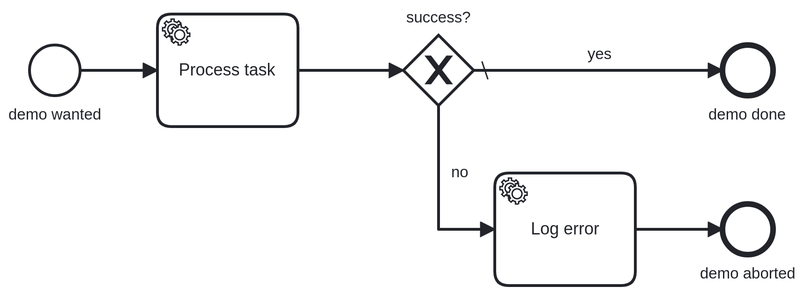
The BPMN diagram readme/demo.png in vanillabp/simple-vanillabp-demo, before a commit. Its source is kept beside it as src/main/resources/processes7/demo.bpmn. Ids are renumbered.
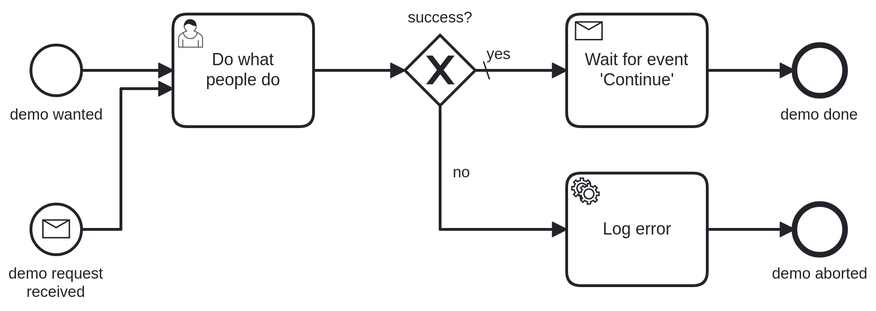
After the commit.

Change to the diagram source:
```diff
@@ -25,7 +25,7 @@
       <bpmn:incoming>Flow_n9</bpmn:incoming>
       <bpmn:outgoing>Flow_n12</bpmn:outgoing>
     </bpmn:serviceTask>
-    <bpmn:userTask id="Activity_n3" name="Process task" camunda:formKey="processTask">
+    <bpmn:userTask id="Activity_n3" name="Do what&#10;people do" camunda:formKey="processTask">
       <bpmn:incoming>Flow_n2</bpmn:incoming>
       <bpmn:incoming>Flow_n14</bpmn:incoming>
       <bpmn:outgoing>Flow_n6</bpmn:outgoing>
@@ -36,7 +36,7 @@
     </bpmn:startEvent>
     <bpmn:sequenceFlow id="Flow_n14" sourceRef="Event_n15" targetRef="Activity_n3" />
     <bpmn:sequenceFlow id="Flow_n5" sourceRef="Activity_n10" targetRef="Event_n4" />
-    <bpmn:receiveTask id="Activity_n10" name="Continue" messageRef="Message_n18">
+    <bpmn:receiveTask id="Activity_n10" name="Wait for event &#39;Continue&#39;" messageRef="Message_n18">
       <bpmn:incoming>Flow_n8</bpmn:incoming>
       <bpmn:outgoing>Flow_n5</bpmn:outgoing>
     </bpmn:receiveTask>
@@ -51,11 +51,15 @@
           <dc:Bounds x="164" y="142" width="67" height="14" />
         </bpmndi:BPMNLabel>
       </bpmndi:BPMNShape>
-      <bpmndi:BPMNShape id="Event_n4_di" bpmnElement="Event_n4">
-        <dc:Bounds x="672" y="99" width="36" height="36" />
+      <bpmndi:BPMNShape id="Event_1lhizrw_di" bpmnElement="Event_n15">
+        <dc:Bounds x="179" y="212" width="36" height="36" />
         <bpmndi:BPMNLabel>
-          <dc:Bounds x="662" y="142" width="56" height="14" />
+          <dc:Bounds x="163" y="255" width="68" height="27" />
         </bpmndi:BPMNLabel>
+      </bpmndi:BPMNShape>
+      <bpmndi:BPMNShape id="Activity_0gsea3v_di" bpmnElement="Activity_n3">
+        <dc:Bounds x="280" y="77" width="100" height="80" />
+        <bpmndi:BPMNLabel />
       </bpmndi:BPMNShape>
       <bpmndi:BPMNShape id="Gateway_n7_di" bpmnElement="Gateway_n7" isMarkerVisible="true">
         <dc:Bounds x="445" y="92" width="50" height="50" />
@@ -63,65 +67,62 @@
           <dc:Bounds x="447" y="73" width="46" height="14" />
         </bpmndi:BPMNLabel>
       </bpmndi:BPMNShape>
-      <bpmndi:BPMNShape id="Event_n11_di" bpmnElement="Event_n11">
-        <dc:Bounds x="672" y="212" width="36" height="36" />
+      <bpmndi:BPMNShape id="Activity_0k28wlt_di" bpmnElement="Activity_n13">
+        <dc:Bounds x="560" y="190" width="100" height="80" />
+        <bpmndi:BPMNLabel />
+      </bpmndi:BPMNShape>
+      <bpmndi:BPMNShape id="Activity_0diw5nw_di" bpmnElement="Activity_n10">
+        <dc:Bounds x="560" y="77" width="100" height="80" />
+        <bpmndi:BPMNLabel />
+      </bpmndi:BPMNShape>
+      <bpmndi:BPMNShape id="Event_n4_di" bpmnElement="Event_n4">
+        <dc:Bounds x="722" y="99" width="36" height="36" />
         <bpmndi:BPMNLabel>
-          <dc:Bounds x="656" y="255" width="68" height="14" />
+          <dc:Bounds x="712" y="142" width="56" height="14" />
         </bpmndi:BPMNLabel>
       </bpmndi:BPMNShape>
-      <bpmndi:BPMNShape id="Activity_0gsea3v_di" bpmnElement="Activity_n3">
-        <dc:Bounds x="270" y="77" width="100" height="80" />
-      </bpmndi:BPMNShape>
-      <bpmndi:BPMNShape id="Event_1lhizrw_di" bpmnElement="Event_n15">
-        <dc:Bounds x="179" y="212" width="36" height="36" />
+      <bpmndi:BPMNShape id="Event_n11_di" bpmnElement="Event_n11">
+        <dc:Bounds x="722" y="212" width="36" height="36" />
         <bpmndi:BPMNLabel>
-          <dc:Bounds x="163" y="255" width="68" height="27" />
+          <dc:Bounds x="706" y="255" width="68" height="14" />
         </bpmndi:BPMNLabel>
-      </bpmndi:BPMNShape>
-      <bpmndi:BPMNShape id="Activity_0diw5nw_di" bpmnElement="Activity_n10">
-        <dc:Bounds x="540" y="77" width="100" height="80" />
-        <bpmndi:BPMNLabel />
-      </bpmndi:BPMNShape>
-      <bpmndi:BPMNShape id="Activity_0k28wlt_di" bpmnElement="Activity_n13">
-        <dc:Bounds x="540" y="190" width="100" height="80" />
-        <bpmndi:BPMNLabel />
       </bpmndi:BPMNShape>
       <bpmndi:BPMNEdge id="Flow_n2_di" bpmnElement="Flow_n2">
         <di:waypoint x="215" y="117" />
-        <di:waypoint x="270" y="117" />
+        <di:waypoint x="280" y="117" />
       </bpmndi:BPMNEdge>
       <bpmndi:BPMNEdge id="Flow_n6_di" bpmnElement="Flow_n6">
-        <di:waypoint x="370" y="117" />
+        <di:waypoint x="380" y="117" />
         <di:waypoint x="445" y="117" />
       </bpmndi:BPMNEdge>
       <bpmndi:BPMNEdge id="Flow_n8_di" bpmnElement="Flow_n8">
         <di:waypoint x="495" y="117" />
-        <di:waypoint x="540" y="117" />
+        <di:waypoint x="560" y="117" />
         <bpmndi:BPMNLabel>
-          <dc:Bounds x="498" y="99" width="18" height="14" />
+          <dc:Bounds x="503" y="99" width="18" height="14" />
         </bpmndi:BPMNLabel>
       </bpmndi:BPMNEdge>
       <bpmndi:BPMNEdge id="Flow_n9_di" bpmnElement="Flow_n9">
         <di:waypoint x="470" y="142" />
         <di:waypoint x="470" y="230" />
-        <di:waypoint x="540" y="230" />
+        <di:waypoint x="560" y="230" />
         <bpmndi:BPMNLabel>
           <dc:Bounds x="479" y="183" width="13" height="14" />
         </bpmndi:BPMNLabel>
       </bpmndi:BPMNEdge>
       <bpmndi:BPMNEdge id="Flow_n12_di" bpmnElement="Flow_n12">
-        <di:waypoint x="640" y="230" />
-        <di:waypoint x="672" y="230" />
+        <di:waypoint x="660" y="230" />
+        <di:waypoint x="722" y="230" />
       </bpmndi:BPMNEdge>
       <bpmndi:BPMNEdge id="Flow_n14_di" bpmnElement="Flow_n14">
         <di:waypoint x="215" y="230" />
         <di:waypoint x="243" y="230" />
-        <di:waypoint x="243" y="147" />
-        <di:waypoint x="270" y="147" />
+        <di:waypoint x="243" y="130" />
+        <di:waypoint x="280" y="130" />
       </bpmndi:BPMNEdge>
       <bpmndi:BPMNEdge id="Flow_n5_di" bpmnElement="Flow_n5">
-        <di:waypoint x="640" y="117" />
-        <di:waypoint x="672" y="117" />
+        <di:waypoint x="660" y="117" />
+        <di:waypoint x="722" y="117" />
       </bpmndi:BPMNEdge>
     </bpmndi:BPMNPlane>
   </bpmndi:BPMNDiagram>
```
